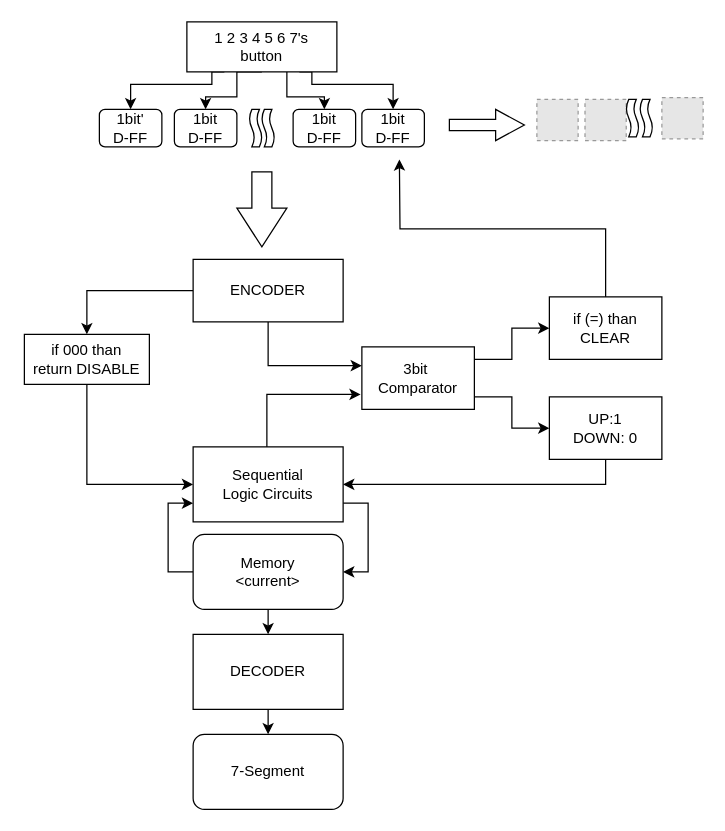
Before: 4비트_엘리베이터_논리설계.drawio in CherryPichu/Elevator_Controller, a draw.io diagram. Source tidied: cells renumbered, new cells numbered last; positions are measured from the earlier drawing's top-left corner, leaving out a move shared by most shapes. Both pictures are drawn from the tidied source at 125%, with x=0, y=0 at pixel (24, 21). Pictures stored in the file or linked from it are replaced by grey dashed boxes.
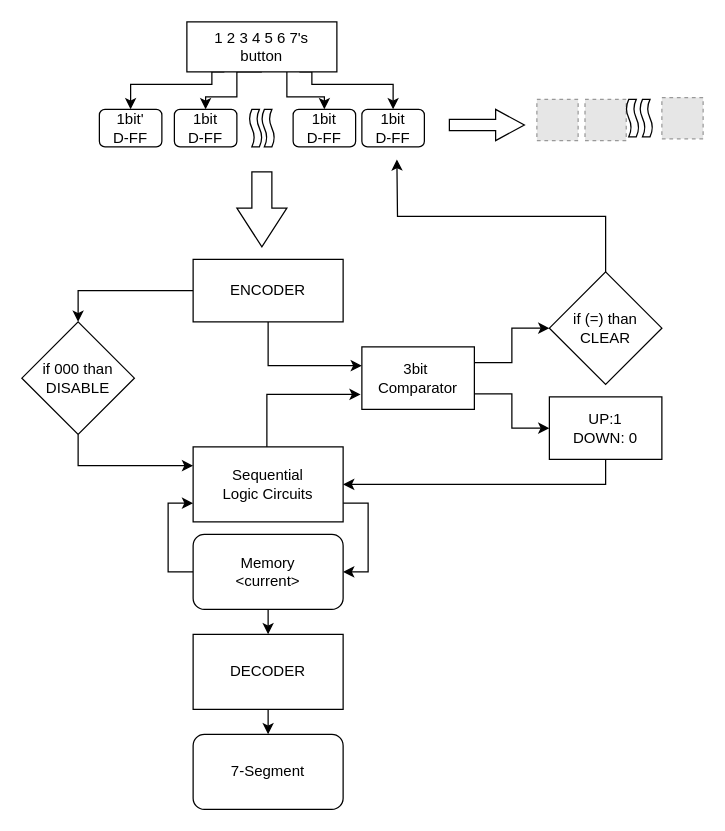
The same diagram, later.

Commit message:
Update 4비트_엘리베이터_논리설계.drawio

Unchanged cells that the change refers to:
```xml
<mxCell id="4" value="Sequential&lt;br&gt;Logic Circuits" style="rounded=1;whiteSpace=wrap;html=1;arcSize=0;" parent="1" vertex="1">
  <mxGeometry x="135" y="340" width="120" height="60" as="geometry" />
</mxCell>
<mxCell id="7" value="3bit&amp;nbsp; Comparator" style="rounded=1;whiteSpace=wrap;html=1;arcSize=0;" parent="1" vertex="1">
  <mxGeometry x="270" y="260" width="90" height="50" as="geometry" />
</mxCell>
<mxCell id="14" value="ENCODER" style="rounded=1;whiteSpace=wrap;html=1;arcSize=0;" parent="1" vertex="1">
  <mxGeometry x="135" y="190" width="120" height="50" as="geometry" />
</mxCell>
<mxCell id="22" value="UP:1&lt;br&gt;DOWN: 0" style="rounded=1;whiteSpace=wrap;html=1;arcSize=0;" parent="1" vertex="1">
  <mxGeometry x="420" y="300" width="90" height="50" as="geometry" />
</mxCell>
```

What changed in the source:
```diff
@@
-    <mxCell id="5" style="edgeStyle=orthogonalEdgeStyle;rounded=0;jettySize=auto;html=1;exitX=1;exitY=0.5;exitDx=0;exitDy=0;entryX=0;entryY=0.5;entryDx=0;entryDy=0;" parent="1" edge="1" source="7" target="22">
-      <mxGeometry relative="1" as="geometry">
-        <Array as="points">
-          <mxPoint x="360" y="300" />
-          <mxPoint x="390" y="300" />
-          <mxPoint x="390" y="325" />
-        </Array>
-      </mxGeometry>
+    <mxCell id="5" style="edgeStyle=orthogonalEdgeStyle;rounded=0;jettySize=auto;html=1;exitX=1;exitY=0.75;exitDx=0;exitDy=0;entryX=0;entryY=0.5;entryDx=0;entryDy=0;" parent="1" edge="1" source="7" target="22">
+      <mxGeometry relative="1" as="geometry" />
     </mxCell>
-    <mxCell id="6" style="edgeStyle=orthogonalEdgeStyle;rounded=0;jettySize=auto;html=1;exitX=1;exitY=0.5;exitDx=0;exitDy=0;entryX=0;entryY=0.5;entryDx=0;entryDy=0;" parent="1" edge="1" source="7" target="30">
-      <mxGeometry relative="1" as="geometry">
-        <Array as="points">
-          <mxPoint x="360" y="270" />
-          <mxPoint x="390" y="270" />
-          <mxPoint x="390" y="245" />
-        </Array>
-      </mxGeometry>
+    <mxCell id="6" style="edgeStyle=orthogonalEdgeStyle;rounded=0;jettySize=auto;html=1;exitX=1;exitY=0.25;exitDx=0;exitDy=0;entryX=0;entryY=0.5;entryDx=0;entryDy=0;" parent="1" edge="1" source="7" target="30">
+      <mxGeometry relative="1" as="geometry" />
     </mxCell>
@@
-    <mxCell id="13" style="edgeStyle=orthogonalEdgeStyle;rounded=0;jettySize=auto;html=1;exitX=0;exitY=0.5;exitDx=0;exitDy=0;entryX=0.5;entryY=0;entryDx=0;entryDy=0;" parent="1" edge="1" source="14" target="37">
-      <mxGeometry relative="1" as="geometry" />
-    </mxCell>
+    <mxCell id="41" style="edgeStyle=orthogonalEdgeStyle;rounded=0;jettySize=auto;html=1;exitX=0;exitY=0.5;exitDx=0;exitDy=0;entryX=0.5;entryY=0;entryDx=0;entryDy=0;" parent="1" edge="1" source="14" target="43">
+      <mxGeometry relative="1" as="geometry" />
+    </mxCell>
@@
-    <mxCell id="29" style="edgeStyle=orthogonalEdgeStyle;rounded=0;jettySize=auto;html=1;exitX=0.5;exitY=0;exitDx=0;exitDy=0;" parent="1" edge="1" source="30">
-      <mxGeometry relative="1" as="geometry">
-        <mxPoint x="300" y="110" as="targetPoint" />
-      </mxGeometry>
-    </mxCell>
-    <mxCell id="30" value="if (=) than&lt;br&gt;CLEAR" style="rounded=1;whiteSpace=wrap;html=1;arcSize=0;" parent="1" vertex="1">
-      <mxGeometry x="420" y="220" width="90" height="50" as="geometry" />
-    </mxCell>
@@
-    <mxCell id="36" style="edgeStyle=orthogonalEdgeStyle;rounded=0;jettySize=auto;html=1;exitX=0.5;exitY=1;exitDx=0;exitDy=0;entryX=0;entryY=0.5;entryDx=0;entryDy=0;" parent="1" edge="1" source="37" target="4">
-      <mxGeometry relative="1" as="geometry" />
-    </mxCell>
-    <mxCell id="37" value="if 000 than&lt;br&gt;return DISABLE" style="rounded=1;whiteSpace=wrap;html=1;arcSize=0;" parent="1" vertex="1">
-      <mxGeometry y="250" width="100" height="40" as="geometry" />
-    </mxCell>
@@
+    <mxCell id="42" style="edgeStyle=orthogonalEdgeStyle;rounded=0;jettySize=auto;html=1;exitX=0.5;exitY=1;exitDx=0;exitDy=0;entryX=0;entryY=0.25;entryDx=0;entryDy=0;" parent="1" edge="1" source="43" target="4">
+      <mxGeometry relative="1" as="geometry" />
+    </mxCell>
+    <mxCell id="43" value="&lt;span&gt;if 000 than&lt;/span&gt;&lt;br&gt;&lt;span&gt;DISABLE&lt;/span&gt;" style="rhombus;whiteSpace=wrap;html=1;" parent="1" vertex="1">
+      <mxGeometry x="-2" y="240" width="90" height="90" as="geometry" />
+    </mxCell>
+    <mxCell id="44" style="edgeStyle=orthogonalEdgeStyle;rounded=0;jettySize=auto;html=1;exitX=0.5;exitY=0;exitDx=0;exitDy=0;" parent="1" edge="1" source="30">
+      <mxGeometry relative="1" as="geometry">
+        <mxPoint x="298" y="110" as="targetPoint" />
+      </mxGeometry>
+    </mxCell>
+    <mxCell id="30" value="if (=) than&lt;br&gt;CLEAR" style="rhombus;whiteSpace=wrap;html=1;" parent="1" vertex="1">
+      <mxGeometry x="420" y="200" width="90" height="90" as="geometry" />
+    </mxCell>
```
